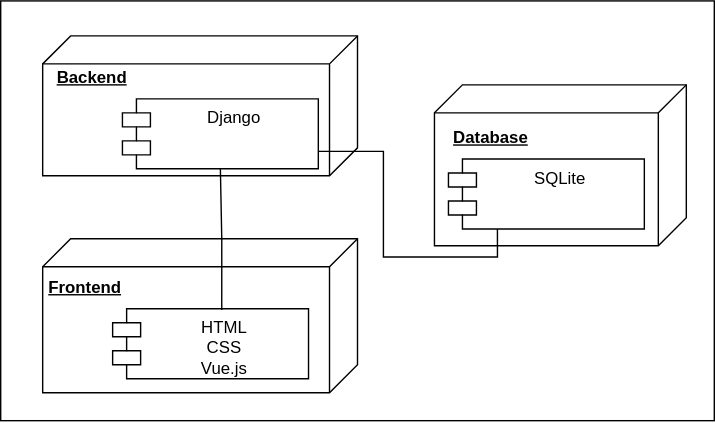
This is Models/UML deployment.svg from FDMan12/news-with-tags, a draw.io export, as it was before one commit. Source tidied: cells renumbered, new cells last; positions are measured from the earlier drawing's top-left corner, leaving out a move shared by most shapes. Its diagram source:
```xml
<mxGraphModel>
  <root>
    <mxCell id="0" />
    <mxCell id="1" parent="0" />
    <mxCell id="2" style="rounded=0;whiteSpace=wrap;html=1;" parent="1" vertex="1">
      <mxGeometry width="510" height="300" as="geometry" />
    </mxCell>
    <mxCell id="3" style="group;" parent="1" vertex="1">
      <mxGeometry x="30" y="180" width="225" height="100" as="geometry" />
    </mxCell>
    <mxCell id="4" style="verticalAlign=top;align=left;spacingTop=8;spacingLeft=2;spacingRight=12;shape=cube;size=20;direction=south;fontStyle=4;html=1;whiteSpace=wrap;" parent="3" vertex="1">
      <mxGeometry y="-10" width="225" height="110" as="geometry" />
    </mxCell>
    <mxCell id="5" value="&lt;b&gt;&lt;u&gt;Frontend&lt;/u&gt;&lt;/b&gt;" style="text;html=1;align=center;verticalAlign=middle;strokeColor=none;fillColor=none;" parent="3" vertex="1">
      <mxGeometry x="-10" y="10" width="80" height="30" as="geometry" />
    </mxCell>
    <mxCell id="6" value="HTML&lt;br&gt;CSS&lt;br&gt;Vue.js" style="shape=module;align=left;spacingLeft=20;align=center;verticalAlign=top;whiteSpace=wrap;html=1;" parent="3" vertex="1">
      <mxGeometry x="50" y="40" width="140" height="50" as="geometry" />
    </mxCell>
    <mxCell id="7" style="group;" parent="1" vertex="1">
      <mxGeometry x="30" y="25" width="225" height="100" as="geometry" />
    </mxCell>
    <mxCell id="8" style="verticalAlign=top;align=left;spacingTop=8;spacingLeft=2;spacingRight=12;shape=cube;size=20;direction=south;fontStyle=4;html=1;whiteSpace=wrap;" parent="7" vertex="1">
      <mxGeometry width="225" height="100" as="geometry" />
    </mxCell>
    <mxCell id="9" value="&lt;b&gt;&lt;u&gt;Backend&lt;/u&gt;&lt;/b&gt;" style="text;html=1;align=center;verticalAlign=middle;strokeColor=none;fillColor=none;" parent="7" vertex="1">
      <mxGeometry y="15" width="70" height="30" as="geometry" />
    </mxCell>
    <mxCell id="10" value="Django" style="shape=module;align=left;spacingLeft=20;align=center;verticalAlign=top;whiteSpace=wrap;html=1;" parent="7" vertex="1">
      <mxGeometry x="57" y="45" width="140" height="50" as="geometry" />
    </mxCell>
    <mxCell id="11" style="group;" parent="1" vertex="1">
      <mxGeometry x="310" y="60" width="180" height="115" as="geometry" />
    </mxCell>
    <mxCell id="12" style="verticalAlign=top;align=left;spacingTop=8;spacingLeft=2;spacingRight=12;shape=cube;size=20;direction=south;fontStyle=4;html=1;whiteSpace=wrap;" parent="11" vertex="1">
      <mxGeometry width="180" height="115" as="geometry" />
    </mxCell>
    <mxCell id="13" value="&lt;b&gt;&lt;u&gt;Database&lt;/u&gt;&lt;/b&gt;" style="text;html=1;align=center;verticalAlign=middle;strokeColor=none;fillColor=none;" parent="11" vertex="1">
      <mxGeometry y="23" width="80" height="30" as="geometry" />
    </mxCell>
    <mxCell id="14" value="SQLite" style="shape=module;align=left;spacingLeft=20;align=center;verticalAlign=top;whiteSpace=wrap;html=1;" parent="11" vertex="1">
      <mxGeometry x="10" y="53" width="140" height="50" as="geometry" />
    </mxCell>
    <mxCell id="15" style="edgeStyle=orthogonalEdgeStyle;rounded=0;jettySize=auto;html=1;exitX=0.557;exitY=0.017;exitDx=0;exitDy=0;entryX=0.5;entryY=1;entryDx=0;entryDy=0;endArrow=none;endFill=0;exitPerimeter=0;" parent="1" edge="1" source="6" target="10">
      <mxGeometry relative="1" as="geometry" />
    </mxCell>
    <mxCell id="16" style="edgeStyle=orthogonalEdgeStyle;rounded=0;jettySize=auto;html=1;entryX=1;entryY=0.75;entryDx=0;entryDy=0;endArrow=none;endFill=0;exitX=0.25;exitY=1;exitDx=0;exitDy=0;" parent="1" edge="1" source="14" target="10">
      <mxGeometry relative="1" as="geometry" />
    </mxCell>
  </root>
</mxGraphModel>
```
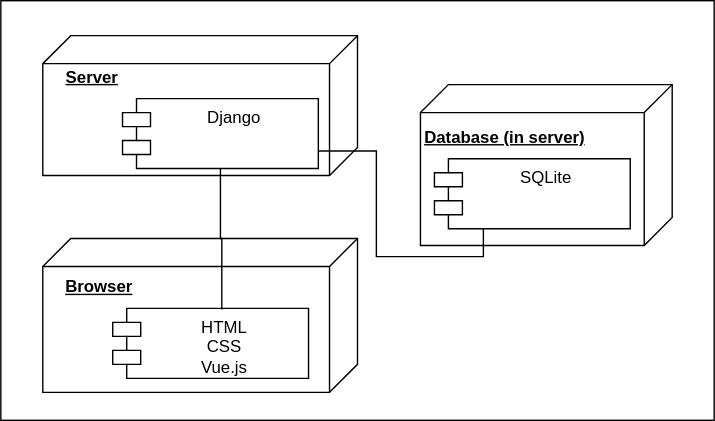
After the change.

Commit message:
Reworked UML deployment chart

The edit, as a diff of the source:
```diff
@@ -11,8 +11,8 @@
     <mxCell id="4" style="verticalAlign=top;align=left;spacingTop=8;spacingLeft=2;spacingRight=12;shape=cube;size=20;direction=south;fontStyle=4;html=1;whiteSpace=wrap;" parent="3" vertex="1">
       <mxGeometry y="-10" width="225" height="110" as="geometry" />
     </mxCell>
-    <mxCell id="5" value="&lt;b&gt;&lt;u&gt;Frontend&lt;/u&gt;&lt;/b&gt;" style="text;html=1;align=center;verticalAlign=middle;strokeColor=none;fillColor=none;" parent="3" vertex="1">
-      <mxGeometry x="-10" y="10" width="80" height="30" as="geometry" />
+    <mxCell id="5" value="&lt;b&gt;&lt;u&gt;Browser&lt;/u&gt;&lt;/b&gt;" style="text;html=1;align=center;verticalAlign=middle;strokeColor=none;fillColor=none;" parent="3" vertex="1">
+      <mxGeometry x="5" y="10" width="70" height="30" as="geometry" />
     </mxCell>
     <mxCell id="6" value="HTML&lt;br&gt;CSS&lt;br&gt;Vue.js" style="shape=module;align=left;spacingLeft=20;align=center;verticalAlign=top;whiteSpace=wrap;html=1;" parent="3" vertex="1">
       <mxGeometry x="50" y="40" width="140" height="50" as="geometry" />
@@ -23,20 +23,20 @@
     <mxCell id="8" style="verticalAlign=top;align=left;spacingTop=8;spacingLeft=2;spacingRight=12;shape=cube;size=20;direction=south;fontStyle=4;html=1;whiteSpace=wrap;" parent="7" vertex="1">
       <mxGeometry width="225" height="100" as="geometry" />
     </mxCell>
-    <mxCell id="9" value="&lt;b&gt;&lt;u&gt;Backend&lt;/u&gt;&lt;/b&gt;" style="text;html=1;align=center;verticalAlign=middle;strokeColor=none;fillColor=none;" parent="7" vertex="1">
-      <mxGeometry y="15" width="70" height="30" as="geometry" />
+    <mxCell id="9" value="&lt;b&gt;&lt;u&gt;Server&lt;/u&gt;&lt;/b&gt;" style="text;html=1;align=center;verticalAlign=middle;strokeColor=none;fillColor=none;" parent="7" vertex="1">
+      <mxGeometry x="5" y="15" width="60" height="30" as="geometry" />
     </mxCell>
     <mxCell id="10" value="Django" style="shape=module;align=left;spacingLeft=20;align=center;verticalAlign=top;whiteSpace=wrap;html=1;" parent="7" vertex="1">
       <mxGeometry x="57" y="45" width="140" height="50" as="geometry" />
     </mxCell>
     <mxCell id="11" style="group;" parent="1" vertex="1">
-      <mxGeometry x="310" y="60" width="180" height="115" as="geometry" />
+      <mxGeometry x="300" y="60" width="180" height="115" as="geometry" />
     </mxCell>
     <mxCell id="12" style="verticalAlign=top;align=left;spacingTop=8;spacingLeft=2;spacingRight=12;shape=cube;size=20;direction=south;fontStyle=4;html=1;whiteSpace=wrap;" parent="11" vertex="1">
       <mxGeometry width="180" height="115" as="geometry" />
     </mxCell>
-    <mxCell id="13" value="&lt;b&gt;&lt;u&gt;Database&lt;/u&gt;&lt;/b&gt;" style="text;html=1;align=center;verticalAlign=middle;strokeColor=none;fillColor=none;" parent="11" vertex="1">
-      <mxGeometry y="23" width="80" height="30" as="geometry" />
+    <mxCell id="13" value="&lt;b&gt;&lt;u&gt;Database (in server)&lt;/u&gt;&lt;/b&gt;" style="text;html=1;align=center;verticalAlign=middle;strokeColor=none;fillColor=none;" parent="11" vertex="1">
+      <mxGeometry x="-10" y="23" width="140" height="30" as="geometry" />
     </mxCell>
     <mxCell id="14" value="SQLite" style="shape=module;align=left;spacingLeft=20;align=center;verticalAlign=top;whiteSpace=wrap;html=1;" parent="11" vertex="1">
       <mxGeometry x="10" y="53" width="140" height="50" as="geometry" />
```
